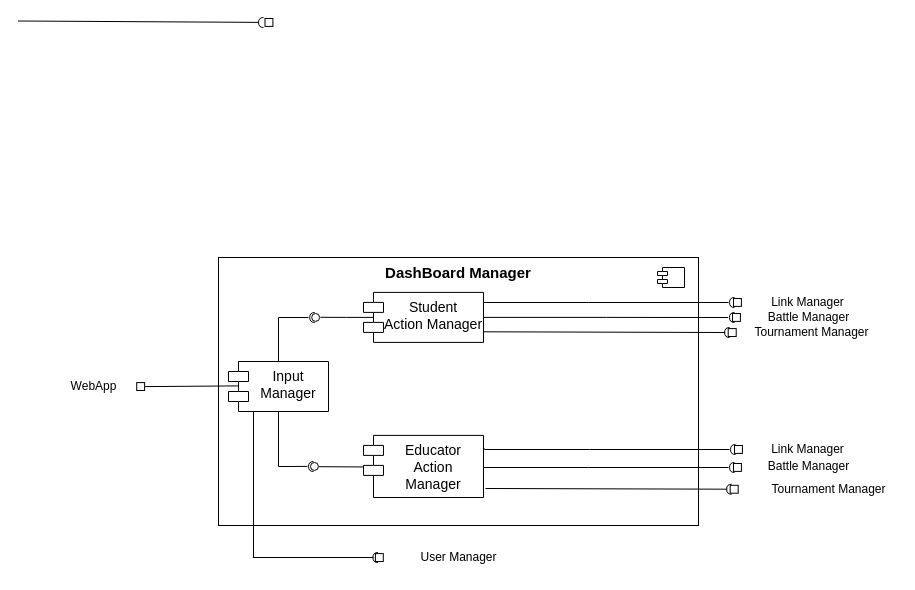
Above: page "Dashboard Manager" (2 of 7) of diagrams/architecture/component_VIEW.drawio in mttcrn/software-engineering-II-project (draw.io), before the change. Source tidied: cells renumbered, new cells numbered last; positions are measured from the earlier drawing's top-left corner, leaving out a move shared by most shapes. Both pictures are drawn from the tidied source at 100%, with x=0, y=0 at pixel (18, 17).
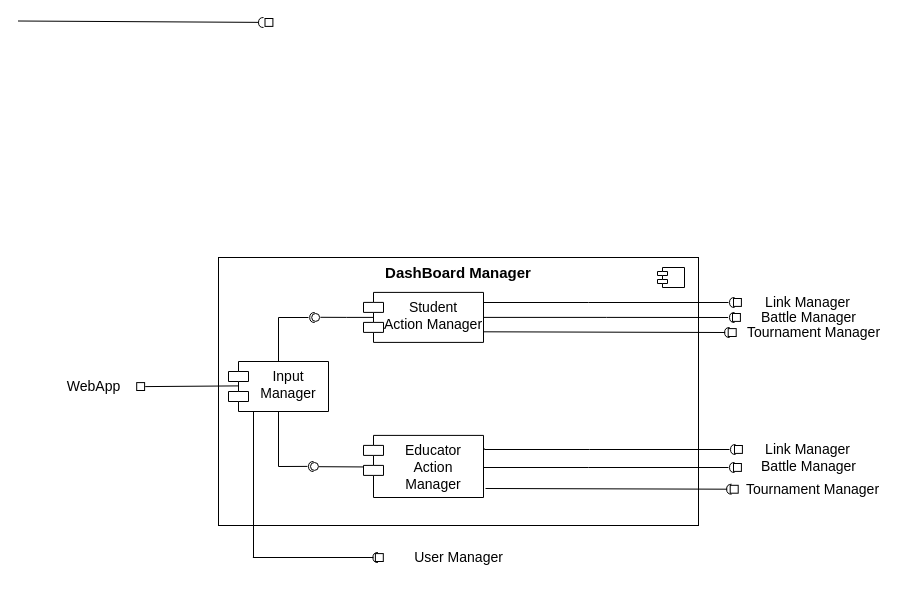
Above is the later version.

The edit, as a diff of the source:
```diff
@@
-    <mxCell id="37" value="WebApp" style="text;html=1;align=center;verticalAlign=middle;strokeColor=none;fillColor=none;" parent="1" vertex="1">
-      <mxGeometry x="40" y="354" width="70" height="30" as="geometry" />
+    <mxCell id="37" value="&lt;font style=&quot;font-size: 14px;&quot;&gt;WebApp&lt;/font&gt;" style="text;html=1;align=center;verticalAlign=middle;strokeColor=none;fillColor=none;" parent="1" vertex="1">
+      <mxGeometry x="35" y="354" width="80" height="30" as="geometry" />
     </mxCell>
-    <mxCell id="38" value="Battle Manager" style="text;html=1;align=center;verticalAlign=middle;strokeColor=none;fillColor=none;" parent="1" vertex="1">
-      <mxGeometry x="740" y="285" width="100" height="30" as="geometry" />
+    <mxCell id="38" value="&lt;font style=&quot;font-size: 14px;&quot;&gt;Battle Manager&lt;/font&gt;" style="text;html=1;align=center;verticalAlign=middle;strokeColor=none;fillColor=none;" parent="1" vertex="1">
+      <mxGeometry x="730" y="285" width="120" height="30" as="geometry" />
     </mxCell>
-    <mxCell id="39" value="Battle Manager" style="text;html=1;align=center;verticalAlign=middle;strokeColor=none;fillColor=none;" parent="1" vertex="1">
-      <mxGeometry x="740" y="433.9" width="100" height="30" as="geometry" />
+    <mxCell id="39" value="&lt;font style=&quot;font-size: 14px;&quot;&gt;Battle Manager&lt;/font&gt;" style="text;html=1;align=center;verticalAlign=middle;strokeColor=none;fillColor=none;" parent="1" vertex="1">
+      <mxGeometry x="730" y="433.9" width="120" height="30" as="geometry" />
     </mxCell>
-    <mxCell id="40" value="Tournament Manager" style="text;html=1;align=center;verticalAlign=middle;strokeColor=none;fillColor=none;" parent="1" vertex="1">
-      <mxGeometry x="740" y="456.7" width="140" height="30" as="geometry" />
+    <mxCell id="40" value="&lt;font style=&quot;font-size: 14px;&quot;&gt;Tournament Manager&lt;/font&gt;" style="text;html=1;align=center;verticalAlign=middle;strokeColor=none;fillColor=none;" parent="1" vertex="1">
+      <mxGeometry x="713.9" y="456.7" width="160" height="30" as="geometry" />
     </mxCell>
-    <mxCell id="41" value="User Manager" style="text;html=1;align=center;verticalAlign=middle;strokeColor=none;fillColor=none;" parent="1" vertex="1">
-      <mxGeometry x="390" y="525" width="100" height="30" as="geometry" />
+    <mxCell id="41" value="&lt;font style=&quot;font-size: 14px;&quot;&gt;User Manager&lt;/font&gt;" style="text;html=1;align=center;verticalAlign=middle;strokeColor=none;fillColor=none;" parent="1" vertex="1">
+      <mxGeometry x="385" y="525" width="110" height="30" as="geometry" />
     </mxCell>
@@
-    <mxCell id="46" value="Tournament Manager" style="text;html=1;align=center;verticalAlign=middle;strokeColor=none;fillColor=none;" parent="1" vertex="1">
-      <mxGeometry x="722.9" y="300" width="140" height="30" as="geometry" />
+    <mxCell id="46" value="&lt;font style=&quot;font-size: 14px;&quot;&gt;Tournament Manager&lt;/font&gt;" style="text;html=1;align=center;verticalAlign=middle;strokeColor=none;fillColor=none;" parent="1" vertex="1">
+      <mxGeometry x="715" y="300" width="160" height="30" as="geometry" />
     </mxCell>
@@
-    <mxCell id="53" value="Link Manager" style="text;html=1;align=center;verticalAlign=middle;strokeColor=none;fillColor=none;" parent="1" vertex="1">
-      <mxGeometry x="739" y="270" width="100" height="30" as="geometry" />
+    <mxCell id="53" value="&lt;font style=&quot;font-size: 14px;&quot;&gt;Link Manager&lt;/font&gt;" style="text;html=1;align=center;verticalAlign=middle;strokeColor=none;fillColor=none;" parent="1" vertex="1">
+      <mxGeometry x="734" y="270" width="110" height="30" as="geometry" />
     </mxCell>
-    <mxCell id="54" value="Link Manager" style="text;html=1;align=center;verticalAlign=middle;strokeColor=none;fillColor=none;" parent="1" vertex="1">
-      <mxGeometry x="739" y="417" width="100" height="30" as="geometry" />
+    <mxCell id="54" value="&lt;font style=&quot;font-size: 14px;&quot;&gt;Link Manager&lt;/font&gt;" style="text;html=1;align=center;verticalAlign=middle;strokeColor=none;fillColor=none;" parent="1" vertex="1">
+      <mxGeometry x="734" y="417" width="110" height="30" as="geometry" />
     </mxCell>
```
